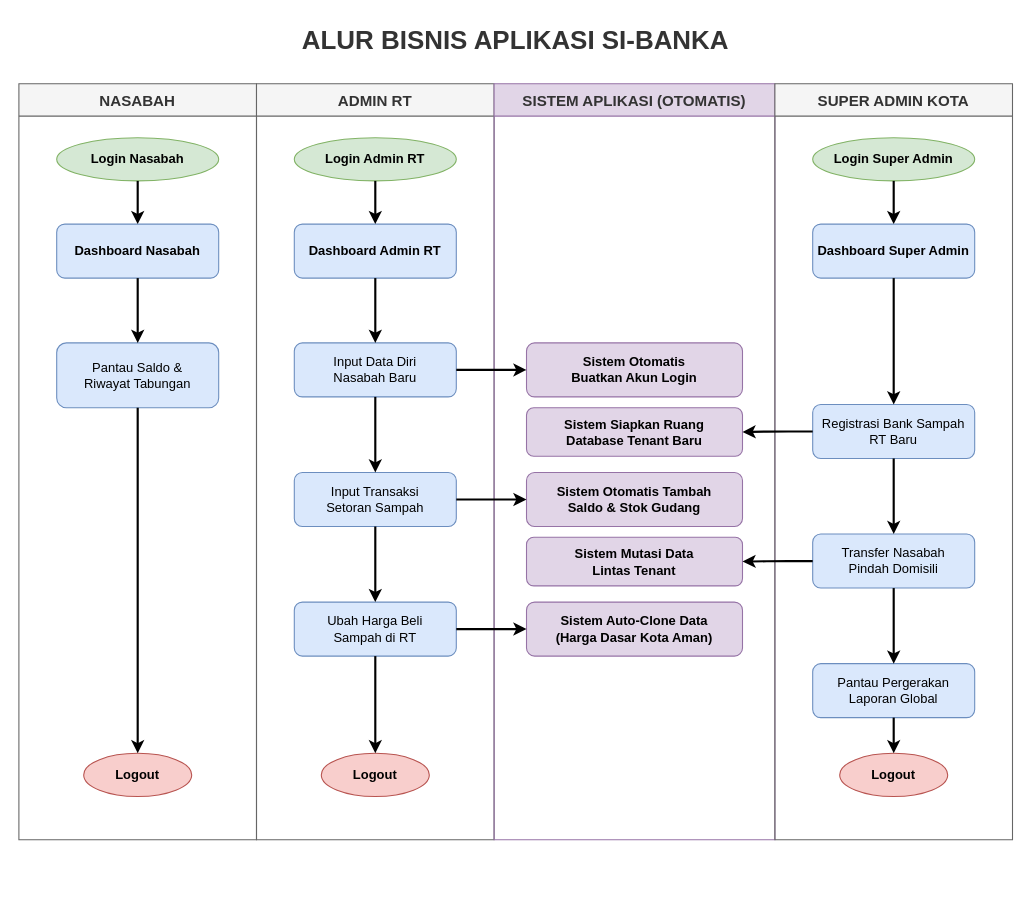
Above: si-banka-app-final/docs/swimlane/09_presentasi_high_level.drawio in GUSTIAN-VICKY/SI-BANKA (draw.io), before the change. Source tidied: cells renumbered, new cells numbered last; positions are measured from the earlier drawing's top-left corner, leaving out a move shared by most shapes. Both pictures are drawn from the tidied source at 108%, with x=0, y=0 at pixel (18, 18).
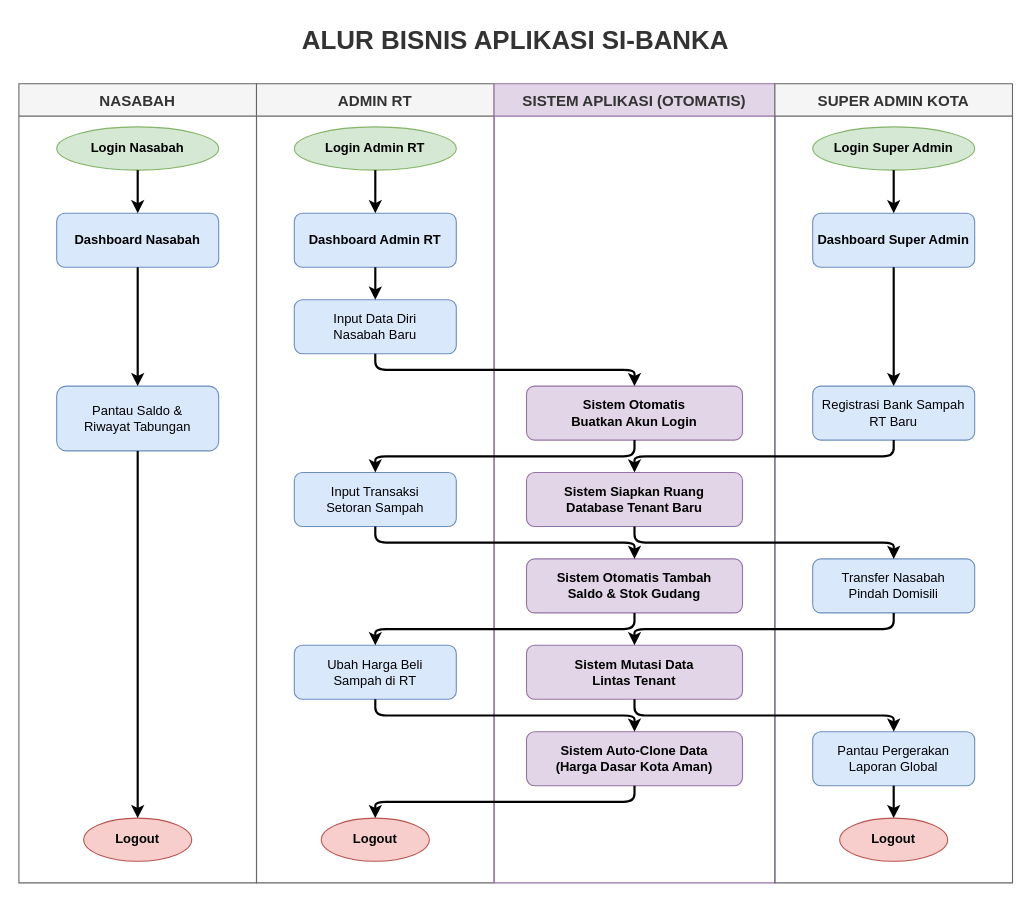
After the change.

Commit message:
docs: rombak total flowchart swimlane presentasi menjadi model snake flow tanpa overlapping

Diff of the diagram source:
```diff
@@
     <mxCell id="3" value="NASABAH" style="swimlane;startSize=30;horizontal=1;fillColor=#f5f5f5;strokeColor=#666666;fontStyle=1;fontSize=14;fontColor=#333333;" parent="1" vertex="1">
-      <mxGeometry y="60" width="220" height="700" as="geometry" />
+      <mxGeometry y="60" width="220" height="740" as="geometry" />
     </mxCell>
     <mxCell id="4" value="ADMIN RT" style="swimlane;startSize=30;horizontal=1;fillColor=#f5f5f5;strokeColor=#666666;fontStyle=1;fontSize=14;fontColor=#333333;" parent="1" vertex="1">
-      <mxGeometry x="220" y="60" width="220" height="700" as="geometry" />
+      <mxGeometry x="220" y="60" width="220" height="740" as="geometry" />
     </mxCell>
     <mxCell id="5" value="SISTEM APLIKASI (OTOMATIS)" style="swimlane;startSize=30;horizontal=1;fillColor=#e1d5e7;strokeColor=#9673a6;fontStyle=1;fontSize=14;fontColor=#333333;" parent="1" vertex="1">
-      <mxGeometry x="440" y="60" width="260" height="700" as="geometry" />
+      <mxGeometry x="440" y="60" width="260" height="740" as="geometry" />
     </mxCell>
     <mxCell id="6" value="SUPER ADMIN KOTA" style="swimlane;startSize=30;horizontal=1;fillColor=#f5f5f5;strokeColor=#666666;fontStyle=1;fontSize=14;fontColor=#333333;" parent="1" vertex="1">
-      <mxGeometry x="700" y="60" width="220" height="700" as="geometry" />
+      <mxGeometry x="700" y="60" width="220" height="740" as="geometry" />
     </mxCell>
     <mxCell id="7" value="Login Nasabah" style="ellipse;whiteSpace=wrap;html=1;fillColor=#d5e8d4;strokeColor=#82b366;fontStyle=1;fontSize=12;fontColor=#000000;" parent="1" vertex="1">
-      <mxGeometry x="35" y="110" width="150" height="40" as="geometry" />
+      <mxGeometry x="35" y="100" width="150" height="40" as="geometry" />
     </mxCell>
     <mxCell id="8" value="Login Admin RT" style="ellipse;whiteSpace=wrap;html=1;fillColor=#d5e8d4;strokeColor=#82b366;fontStyle=1;fontSize=12;fontColor=#000000;" parent="1" vertex="1">
-      <mxGeometry x="255" y="110" width="150" height="40" as="geometry" />
+      <mxGeometry x="255" y="100" width="150" height="40" as="geometry" />
     </mxCell>
     <mxCell id="9" value="Login Super Admin" style="ellipse;whiteSpace=wrap;html=1;fillColor=#d5e8d4;strokeColor=#82b366;fontStyle=1;fontSize=12;fontColor=#000000;" parent="1" vertex="1">
-      <mxGeometry x="735" y="110" width="150" height="40" as="geometry" />
+      <mxGeometry x="735" y="100" width="150" height="40" as="geometry" />
     </mxCell>
     <mxCell id="10" value="Dashboard Nasabah" style="rounded=1;whiteSpace=wrap;html=1;fillColor=#dae8fc;strokeColor=#6c8ebf;fontStyle=1;fontColor=#000000;" parent="1" vertex="1">
-      <mxGeometry x="35" y="190" width="150" height="50" as="geometry" />
+      <mxGeometry x="35" y="180" width="150" height="50" as="geometry" />
     </mxCell>
     <mxCell id="11" value="Dashboard Admin RT" style="rounded=1;whiteSpace=wrap;html=1;fillColor=#dae8fc;strokeColor=#6c8ebf;fontStyle=1;fontColor=#000000;" parent="1" vertex="1">
-      <mxGeometry x="255" y="190" width="150" height="50" as="geometry" />
+      <mxGeometry x="255" y="180" width="150" height="50" as="geometry" />
     </mxCell>
     <mxCell id="12" value="Dashboard Super Admin" style="rounded=1;whiteSpace=wrap;html=1;fillColor=#dae8fc;strokeColor=#6c8ebf;fontStyle=1;fontColor=#000000;" parent="1" vertex="1">
-      <mxGeometry x="735" y="190" width="150" height="50" as="geometry" />
+      <mxGeometry x="735" y="180" width="150" height="50" as="geometry" />
     </mxCell>
+    <mxCell id="15" value="Input Data Diri&#10;Nasabah Baru" style="rounded=1;whiteSpace=wrap;html=1;fillColor=#dae8fc;strokeColor=#6c8ebf;fontColor=#000000;" parent="1" vertex="1">
+      <mxGeometry x="255" y="260" width="150" height="50" as="geometry" />
+    </mxCell>
     <mxCell id="13" value="Pantau Saldo &amp;&#10;Riwayat Tabungan" style="rounded=1;whiteSpace=wrap;html=1;fillColor=#dae8fc;strokeColor=#6c8ebf;fontColor=#000000;" parent="1" vertex="1">
-      <mxGeometry x="35" y="300" width="150" height="60" as="geometry" />
+      <mxGeometry x="35" y="340" width="150" height="60" as="geometry" />
     </mxCell>
+    <mxCell id="19" value="Sistem Otomatis&#10;Buatkan Akun Login" style="rounded=1;whiteSpace=wrap;html=1;fillColor=#e1d5e7;strokeColor=#9673a6;fontStyle=1;fontColor=#000000;" parent="1" vertex="1">
+      <mxGeometry x="470" y="340" width="200" height="50" as="geometry" />
+    </mxCell>
+    <mxCell id="24" value="Registrasi Bank Sampah&#10;RT Baru" style="rounded=1;whiteSpace=wrap;html=1;fillColor=#dae8fc;strokeColor=#6c8ebf;fontColor=#000000;" parent="1" vertex="1">
+      <mxGeometry x="735" y="340" width="150" height="50" as="geometry" />
+    </mxCell>
+    <mxCell id="16" value="Input Transaksi&#10;Setoran Sampah" style="rounded=1;whiteSpace=wrap;html=1;fillColor=#dae8fc;strokeColor=#6c8ebf;fontColor=#000000;" parent="1" vertex="1">
+      <mxGeometry x="255" y="420" width="150" height="50" as="geometry" />
+    </mxCell>
+    <mxCell id="22" value="Sistem Siapkan Ruang&#10;Database Tenant Baru" style="rounded=1;whiteSpace=wrap;html=1;fillColor=#e1d5e7;strokeColor=#9673a6;fontStyle=1;fontColor=#000000;" parent="1" vertex="1">
+      <mxGeometry x="470" y="420" width="200" height="50" as="geometry" />
+    </mxCell>
+    <mxCell id="20" value="Sistem Otomatis Tambah&#10;Saldo &amp; Stok Gudang" style="rounded=1;whiteSpace=wrap;html=1;fillColor=#e1d5e7;strokeColor=#9673a6;fontStyle=1;fontColor=#000000;" parent="1" vertex="1">
+      <mxGeometry x="470" y="500" width="200" height="50" as="geometry" />
+    </mxCell>
+    <mxCell id="25" value="Transfer Nasabah&#10;Pindah Domisili" style="rounded=1;whiteSpace=wrap;html=1;fillColor=#dae8fc;strokeColor=#6c8ebf;fontColor=#000000;" parent="1" vertex="1">
+      <mxGeometry x="735" y="500" width="150" height="50" as="geometry" />
+    </mxCell>
+    <mxCell id="17" value="Ubah Harga Beli&#10;Sampah di RT" style="rounded=1;whiteSpace=wrap;html=1;fillColor=#dae8fc;strokeColor=#6c8ebf;fontColor=#000000;" parent="1" vertex="1">
+      <mxGeometry x="255" y="580" width="150" height="50" as="geometry" />
+    </mxCell>
+    <mxCell id="23" value="Sistem Mutasi Data&#10;Lintas Tenant" style="rounded=1;whiteSpace=wrap;html=1;fillColor=#e1d5e7;strokeColor=#9673a6;fontStyle=1;fontColor=#000000;" parent="1" vertex="1">
+      <mxGeometry x="470" y="580" width="200" height="50" as="geometry" />
+    </mxCell>
+    <mxCell id="21" value="Sistem Auto-Clone Data&#10;(Harga Dasar Kota Aman)" style="rounded=1;whiteSpace=wrap;html=1;fillColor=#e1d5e7;strokeColor=#9673a6;fontStyle=1;fontColor=#000000;" parent="1" vertex="1">
+      <mxGeometry x="470" y="660" width="200" height="50" as="geometry" />
+    </mxCell>
+    <mxCell id="26" value="Pantau Pergerakan&#10;Laporan Global" style="rounded=1;whiteSpace=wrap;html=1;fillColor=#dae8fc;strokeColor=#6c8ebf;fontColor=#000000;" parent="1" vertex="1">
+      <mxGeometry x="735" y="660" width="150" height="50" as="geometry" />
+    </mxCell>
     <mxCell id="14" value="Logout" style="ellipse;whiteSpace=wrap;html=1;fillColor=#f8cecc;strokeColor=#b85450;fontStyle=1;fontColor=#000000;" parent="1" vertex="1">
-      <mxGeometry x="60" y="680" width="100" height="40" as="geometry" />
+      <mxGeometry x="60" y="740" width="100" height="40" as="geometry" />
     </mxCell>
-    <mxCell id="15" value="Input Data Diri&#10;Nasabah Baru" style="rounded=1;whiteSpace=wrap;html=1;fillColor=#dae8fc;strokeColor=#6c8ebf;fontColor=#000000;" parent="1" vertex="1">
-      <mxGeometry x="255" y="300" width="150" height="50" as="geometry" />
-    </mxCell>
-    <mxCell id="16" value="Input Transaksi&#10;Setoran Sampah" style="rounded=1;whiteSpace=wrap;html=1;fillColor=#dae8fc;strokeColor=#6c8ebf;fontColor=#000000;" parent="1" vertex="1">
-      <mxGeometry x="255" y="420" width="150" height="50" as="geometry" />
-    </mxCell>
-    <mxCell id="17" value="Ubah Harga Beli&#10;Sampah di RT" style="rounded=1;whiteSpace=wrap;html=1;fillColor=#dae8fc;strokeColor=#6c8ebf;fontColor=#000000;" parent="1" vertex="1">
-      <mxGeometry x="255" y="540" width="150" height="50" as="geometry" />
-    </mxCell>
     <mxCell id="18" value="Logout" style="ellipse;whiteSpace=wrap;html=1;fillColor=#f8cecc;strokeColor=#b85450;fontStyle=1;fontColor=#000000;" parent="1" vertex="1">
-      <mxGeometry x="280" y="680" width="100" height="40" as="geometry" />
+      <mxGeometry x="280" y="740" width="100" height="40" as="geometry" />
     </mxCell>
-    <mxCell id="19" value="Sistem Otomatis&#10;Buatkan Akun Login" style="rounded=1;whiteSpace=wrap;html=1;fillColor=#e1d5e7;strokeColor=#9673a6;fontStyle=1;fontColor=#000000;" parent="1" vertex="1">
-      <mxGeometry x="470" y="300" width="200" height="50" as="geometry" />
-    </mxCell>
-    <mxCell id="20" value="Sistem Otomatis Tambah&#10;Saldo &amp; Stok Gudang" style="rounded=1;whiteSpace=wrap;html=1;fillColor=#e1d5e7;strokeColor=#9673a6;fontStyle=1;fontColor=#000000;" parent="1" vertex="1">
-      <mxGeometry x="470" y="420" width="200" height="50" as="geometry" />
-    </mxCell>
-    <mxCell id="21" value="Sistem Auto-Clone Data&#10;(Harga Dasar Kota Aman)" style="rounded=1;whiteSpace=wrap;html=1;fillColor=#e1d5e7;strokeColor=#9673a6;fontStyle=1;fontColor=#000000;" parent="1" vertex="1">
-      <mxGeometry x="470" y="540" width="200" height="50" as="geometry" />
-    </mxCell>
-    <mxCell id="22" value="Sistem Siapkan Ruang&#10;Database Tenant Baru" style="rounded=1;whiteSpace=wrap;html=1;fillColor=#e1d5e7;strokeColor=#9673a6;fontStyle=1;fontColor=#000000;" parent="1" vertex="1">
-      <mxGeometry x="470" y="360" width="200" height="45" as="geometry" />
-    </mxCell>
-    <mxCell id="23" value="Sistem Mutasi Data&#10;Lintas Tenant" style="rounded=1;whiteSpace=wrap;html=1;fillColor=#e1d5e7;strokeColor=#9673a6;fontStyle=1;fontColor=#000000;" parent="1" vertex="1">
-      <mxGeometry x="470" y="480" width="200" height="45" as="geometry" />
-    </mxCell>
-    <mxCell id="24" value="Registrasi Bank Sampah&#10;RT Baru" style="rounded=1;whiteSpace=wrap;html=1;fillColor=#dae8fc;strokeColor=#6c8ebf;fontColor=#000000;" parent="1" vertex="1">
-      <mxGeometry x="735" y="357" width="150" height="50" as="geometry" />
-    </mxCell>
-    <mxCell id="25" value="Transfer Nasabah&#10;Pindah Domisili" style="rounded=1;whiteSpace=wrap;html=1;fillColor=#dae8fc;strokeColor=#6c8ebf;fontColor=#000000;" parent="1" vertex="1">
-      <mxGeometry x="735" y="477" width="150" height="50" as="geometry" />
-    </mxCell>
-    <mxCell id="26" value="Pantau Pergerakan&#10;Laporan Global" style="rounded=1;whiteSpace=wrap;html=1;fillColor=#dae8fc;strokeColor=#6c8ebf;fontColor=#000000;" parent="1" vertex="1">
-      <mxGeometry x="735" y="597" width="150" height="50" as="geometry" />
-    </mxCell>
     <mxCell id="27" value="Logout" style="ellipse;whiteSpace=wrap;html=1;fillColor=#f8cecc;strokeColor=#b85450;fontStyle=1;fontColor=#000000;" parent="1" vertex="1">
-      <mxGeometry x="760" y="680" width="100" height="40" as="geometry" />
+      <mxGeometry x="760" y="740" width="100" height="40" as="geometry" />
     </mxCell>
-    <mxCell id="28" style="edgeStyle=orthogonalEdgeStyle;rounded=1;strokeWidth=2;" parent="1" edge="1" source="7" target="10">
+    <mxCell id="28" style="edgeStyle=orthogonalEdgeStyle;rounded=1;strokeWidth=2;exitX=0.5;exitY=1;entryX=0.5;entryY=0;" parent="1" edge="1" source="7" target="10">
       <mxGeometry relative="1" as="geometry" />
     </mxCell>
-    <mxCell id="29" style="edgeStyle=orthogonalEdgeStyle;rounded=1;strokeWidth=2;" parent="1" edge="1" source="8" target="11">
+    <mxCell id="29" style="edgeStyle=orthogonalEdgeStyle;rounded=1;strokeWidth=2;exitX=0.5;exitY=1;entryX=0.5;entryY=0;" parent="1" edge="1" source="8" target="11">
       <mxGeometry relative="1" as="geometry" />
     </mxCell>
-    <mxCell id="30" style="edgeStyle=orthogonalEdgeStyle;rounded=1;strokeWidth=2;" parent="1" edge="1" source="9" target="12">
+    <mxCell id="30" style="edgeStyle=orthogonalEdgeStyle;rounded=1;strokeWidth=2;exitX=0.5;exitY=1;entryX=0.5;entryY=0;" parent="1" edge="1" source="9" target="12">
       <mxGeometry relative="1" as="geometry" />
     </mxCell>
-    <mxCell id="31" style="edgeStyle=orthogonalEdgeStyle;rounded=1;strokeWidth=2;" parent="1" edge="1" source="10" target="13">
+    <mxCell id="31" style="edgeStyle=orthogonalEdgeStyle;rounded=1;strokeWidth=2;exitX=0.5;exitY=1;entryX=0.5;entryY=0;" parent="1" edge="1" source="10" target="13">
       <mxGeometry relative="1" as="geometry" />
     </mxCell>
-    <mxCell id="32" style="edgeStyle=orthogonalEdgeStyle;rounded=1;strokeWidth=2;" parent="1" edge="1" source="13" target="14">
+    <mxCell id="32" style="edgeStyle=orthogonalEdgeStyle;rounded=1;strokeWidth=2;exitX=0.5;exitY=1;entryX=0.5;entryY=0;" parent="1" edge="1" source="13" target="14">
       <mxGeometry relative="1" as="geometry" />
     </mxCell>
-    <mxCell id="33" style="edgeStyle=orthogonalEdgeStyle;rounded=1;strokeWidth=2;" parent="1" edge="1" source="11" target="15">
+    <mxCell id="33" style="edgeStyle=orthogonalEdgeStyle;rounded=1;strokeWidth=2;exitX=0.5;exitY=1;entryX=0.5;entryY=0;" parent="1" edge="1" source="11" target="15">
       <mxGeometry relative="1" as="geometry" />
     </mxCell>
-    <mxCell id="34" style="edgeStyle=orthogonalEdgeStyle;rounded=1;strokeWidth=2;" parent="1" edge="1" source="15" target="16">
-      <mxGeometry relative="1" as="geometry" />
-    </mxCell>
-    <mxCell id="35" style="edgeStyle=orthogonalEdgeStyle;rounded=1;strokeWidth=2;" parent="1" edge="1" source="16" target="17">
-      <mxGeometry relative="1" as="geometry" />
-    </mxCell>
+    <mxCell id="37" style="edgeStyle=orthogonalEdgeStyle;rounded=1;strokeWidth=2;exitX=0.5;exitY=1;entryX=0.5;entryY=0;" parent="1" edge="1" source="15" target="19">
+      <mxGeometry relative="1" as="geometry" />
+    </mxCell>
+    <mxCell id="46" style="edgeStyle=orthogonalEdgeStyle;rounded=1;strokeWidth=2;exitX=0.5;exitY=1;entryX=0.5;entryY=0;" parent="1" edge="1" source="19" target="16">
+      <mxGeometry relative="1" as="geometry" />
+    </mxCell>
+    <mxCell id="38" style="edgeStyle=orthogonalEdgeStyle;rounded=1;strokeWidth=2;exitX=0.5;exitY=1;entryX=0.5;entryY=0;" parent="1" edge="1" source="16" target="20">
+      <mxGeometry relative="1" as="geometry" />
+    </mxCell>
+    <mxCell id="47" style="edgeStyle=orthogonalEdgeStyle;rounded=1;strokeWidth=2;exitX=0.5;exitY=1;entryX=0.5;entryY=0;" parent="1" edge="1" source="20" target="17">
+      <mxGeometry relative="1" as="geometry" />
+    </mxCell>
+    <mxCell id="39" style="edgeStyle=orthogonalEdgeStyle;rounded=1;strokeWidth=2;exitX=0.5;exitY=1;entryX=0.5;entryY=0;" parent="1" edge="1" source="17" target="21">
+      <mxGeometry relative="1" as="geometry" />
+    </mxCell>
-    <mxCell id="36" style="edgeStyle=orthogonalEdgeStyle;rounded=1;strokeWidth=2;" parent="1" edge="1" source="17" target="18">
+    <mxCell id="36" style="edgeStyle=orthogonalEdgeStyle;rounded=1;strokeWidth=2;exitX=0.5;exitY=1;entryX=0.5;entryY=0;" parent="1" edge="1" source="21" target="18">
       <mxGeometry relative="1" as="geometry" />
     </mxCell>
-    <mxCell id="37" style="edgeStyle=orthogonalEdgeStyle;rounded=1;strokeWidth=2;exitX=1;exitY=0.5;entryX=0;entryY=0.5;" parent="1" edge="1" source="15" target="19">
-      <mxGeometry relative="1" as="geometry" />
-    </mxCell>
-    <mxCell id="38" style="edgeStyle=orthogonalEdgeStyle;rounded=1;strokeWidth=2;exitX=1;exitY=0.5;entryX=0;entryY=0.5;" parent="1" edge="1" source="16" target="20">
-      <mxGeometry relative="1" as="geometry" />
-    </mxCell>
-    <mxCell id="39" style="edgeStyle=orthogonalEdgeStyle;rounded=1;strokeWidth=2;exitX=1;exitY=0.5;entryX=0;entryY=0.5;" parent="1" edge="1" source="17" target="21">
-      <mxGeometry relative="1" as="geometry" />
-    </mxCell>
-    <mxCell id="40" style="edgeStyle=orthogonalEdgeStyle;rounded=1;strokeWidth=2;" parent="1" edge="1" source="12" target="24">
+    <mxCell id="40" style="edgeStyle=orthogonalEdgeStyle;rounded=1;strokeWidth=2;exitX=0.5;exitY=1;entryX=0.5;entryY=0;" parent="1" edge="1" source="12" target="24">
       <mxGeometry relative="1" as="geometry" />
     </mxCell>
-    <mxCell id="41" style="edgeStyle=orthogonalEdgeStyle;rounded=1;strokeWidth=2;" parent="1" edge="1" source="24" target="25">
-      <mxGeometry relative="1" as="geometry" />
-    </mxCell>
-    <mxCell id="42" style="edgeStyle=orthogonalEdgeStyle;rounded=1;strokeWidth=2;" parent="1" edge="1" source="25" target="26">
-      <mxGeometry relative="1" as="geometry" />
-    </mxCell>
+    <mxCell id="44" style="edgeStyle=orthogonalEdgeStyle;rounded=1;strokeWidth=2;exitX=0.5;exitY=1;entryX=0.5;entryY=0;" parent="1" edge="1" source="24" target="22">
+      <mxGeometry relative="1" as="geometry" />
+    </mxCell>
+    <mxCell id="48" style="edgeStyle=orthogonalEdgeStyle;rounded=1;strokeWidth=2;exitX=0.5;exitY=1;entryX=0.5;entryY=0;" parent="1" edge="1" source="22" target="25">
+      <mxGeometry relative="1" as="geometry" />
+    </mxCell>
+    <mxCell id="45" style="edgeStyle=orthogonalEdgeStyle;rounded=1;strokeWidth=2;exitX=0.5;exitY=1;entryX=0.5;entryY=0;" parent="1" edge="1" source="25" target="23">
+      <mxGeometry relative="1" as="geometry" />
+    </mxCell>
+    <mxCell id="49" style="edgeStyle=orthogonalEdgeStyle;rounded=1;strokeWidth=2;exitX=0.5;exitY=1;entryX=0.5;entryY=0;" parent="1" edge="1" source="23" target="26">
+      <mxGeometry relative="1" as="geometry" />
+    </mxCell>
-    <mxCell id="43" style="edgeStyle=orthogonalEdgeStyle;rounded=1;strokeWidth=2;" parent="1" edge="1" source="26" target="27">
+    <mxCell id="43" style="edgeStyle=orthogonalEdgeStyle;rounded=1;strokeWidth=2;exitX=0.5;exitY=1;entryX=0.5;entryY=0;" parent="1" edge="1" source="26" target="27">
       <mxGeometry relative="1" as="geometry" />
     </mxCell>
-    <mxCell id="44" style="edgeStyle=orthogonalEdgeStyle;rounded=1;strokeWidth=2;exitX=0;exitY=0.5;entryX=1;entryY=0.5;" parent="1" edge="1" source="24" target="22">
-      <mxGeometry relative="1" as="geometry" />
-    </mxCell>
-    <mxCell id="45" style="edgeStyle=orthogonalEdgeStyle;rounded=1;strokeWidth=2;exitX=0;exitY=0.5;entryX=1;entryY=0.5;" parent="1" edge="1" source="25" target="23">
-      <mxGeometry relative="1" as="geometry" />
-    </mxCell>
```
